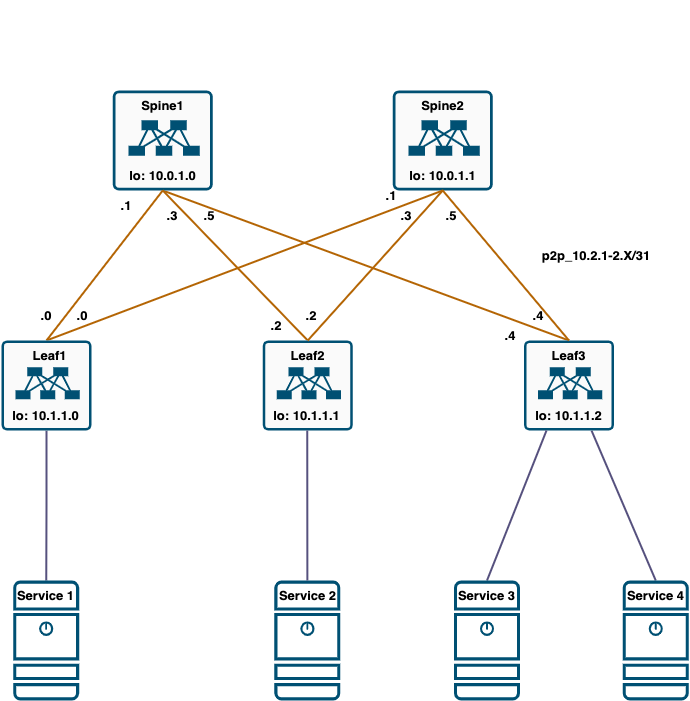
Above: lab1/topology_1.drawio.png in asadov1/OTUS_DC (draw.io), before the change. Source tidied: cells renumbered, new cells last; positions are measured from the earlier drawing's top-left corner, leaving out a move shared by most shapes.
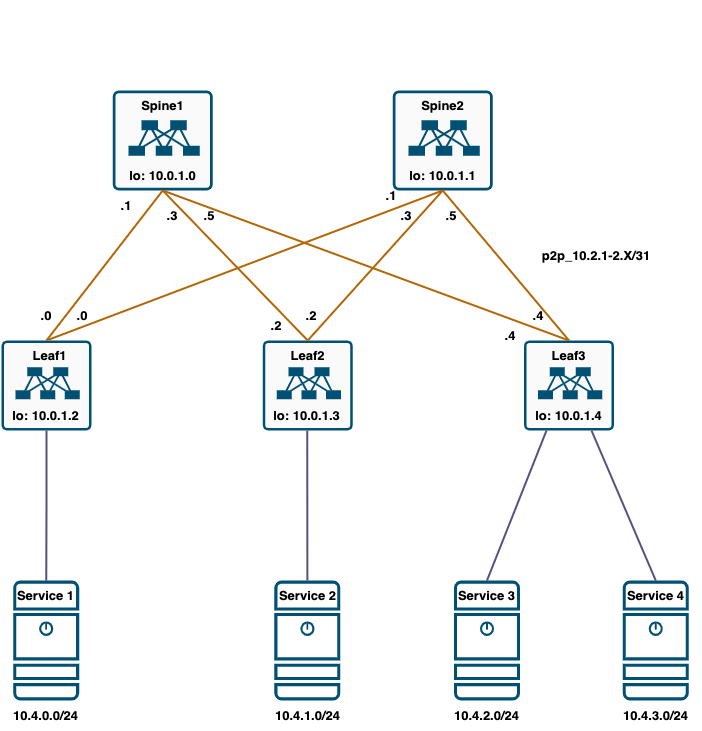
The same file after the commit.

Change to the diagram source:
```diff
@@ -153,14 +153,26 @@
     <mxCell id="50" value="&lt;b style=&quot;font-size: 13px;&quot;&gt;&lt;font style=&quot;font-size: 13px;&quot; color=&quot;#000000&quot;&gt;Service 4&lt;/font&gt;&lt;/b&gt;" style="text;html=1;strokeColor=none;fillColor=none;align=center;verticalAlign=middle;whiteSpace=wrap;rounded=0;fontColor=#FFFFFF;" parent="1" vertex="1">
       <mxGeometry x="623" y="580" width="65.2" height="30" as="geometry" />
     </mxCell>
-    <mxCell id="51" value="&lt;b style=&quot;font-size: 13px;&quot;&gt;&lt;font style=&quot;font-size: 13px;&quot; color=&quot;#000000&quot;&gt;lo: 10.1.1.0&lt;/font&gt;&lt;/b&gt;" style="text;html=1;strokeColor=none;fillColor=none;align=center;verticalAlign=middle;whiteSpace=wrap;rounded=0;fontColor=#FFFFFF;" parent="1" vertex="1">
+    <mxCell id="51" value="&lt;b style=&quot;border-color: var(--border-color); font-size: 13px;&quot;&gt;&lt;font style=&quot;border-color: var(--border-color);&quot; color=&quot;#000000&quot;&gt;lo: 10.0.1.2&lt;/font&gt;&lt;/b&gt;" style="text;html=1;strokeColor=none;fillColor=none;align=center;verticalAlign=middle;whiteSpace=wrap;rounded=0;fontColor=#FFFFFF;" parent="1" vertex="1">
       <mxGeometry x="-0.1" y="400" width="91.1" height="30" as="geometry" />
     </mxCell>
-    <mxCell id="52" value="&lt;b style=&quot;font-size: 13px;&quot;&gt;&lt;font style=&quot;font-size: 13px;&quot; color=&quot;#000000&quot;&gt;lo: 10.1.1.1&lt;/font&gt;&lt;/b&gt;" style="text;html=1;strokeColor=none;fillColor=none;align=center;verticalAlign=middle;whiteSpace=wrap;rounded=0;fontColor=#FFFFFF;" parent="1" vertex="1">
+    <mxCell id="52" value="&lt;b style=&quot;border-color: var(--border-color); font-size: 13px;&quot;&gt;&lt;font style=&quot;border-color: var(--border-color);&quot; color=&quot;#000000&quot;&gt;lo: 10.0.1.3&lt;/font&gt;&lt;/b&gt;" style="text;html=1;strokeColor=none;fillColor=none;align=center;verticalAlign=middle;whiteSpace=wrap;rounded=0;fontColor=#FFFFFF;" parent="1" vertex="1">
       <mxGeometry x="261.1" y="400" width="91.1" height="30" as="geometry" />
     </mxCell>
-    <mxCell id="53" value="&lt;b style=&quot;font-size: 13px;&quot;&gt;&lt;font style=&quot;font-size: 13px;&quot; color=&quot;#000000&quot;&gt;lo: 10.1.1.2&lt;/font&gt;&lt;/b&gt;" style="text;html=1;strokeColor=none;fillColor=none;align=center;verticalAlign=middle;whiteSpace=wrap;rounded=0;fontColor=#FFFFFF;" parent="1" vertex="1">
+    <mxCell id="53" value="&lt;b style=&quot;border-color: var(--border-color); font-size: 13px;&quot;&gt;&lt;font style=&quot;border-color: var(--border-color);&quot; color=&quot;#000000&quot;&gt;lo: 10.0.1.4&lt;/font&gt;&lt;/b&gt;" style="text;html=1;strokeColor=none;fillColor=none;align=center;verticalAlign=middle;whiteSpace=wrap;rounded=0;fontColor=#FFFFFF;" parent="1" vertex="1">
       <mxGeometry x="522.9" y="400" width="91.1" height="30" as="geometry" />
     </mxCell>
+    <mxCell id="54" value="&lt;font color=&quot;#000000&quot;&gt;&lt;span style=&quot;font-size: 13px;&quot;&gt;&lt;b&gt;10.4.0.0/24&lt;/b&gt;&lt;/span&gt;&lt;/font&gt;" style="text;html=1;strokeColor=none;fillColor=none;align=center;verticalAlign=middle;whiteSpace=wrap;rounded=0;fontColor=#FFFFFF;" parent="1" vertex="1">
+      <mxGeometry x="-0.1" y="700" width="91.1" height="30" as="geometry" />
+    </mxCell>
+    <mxCell id="55" value="&lt;font color=&quot;#000000&quot;&gt;&lt;span style=&quot;font-size: 13px;&quot;&gt;&lt;b&gt;10.4.1.0/24&lt;/b&gt;&lt;/span&gt;&lt;/font&gt;" style="text;html=1;strokeColor=none;fillColor=none;align=center;verticalAlign=middle;whiteSpace=wrap;rounded=0;fontColor=#FFFFFF;" parent="1" vertex="1">
+      <mxGeometry x="261.7" y="700" width="91.1" height="30" as="geometry" />
+    </mxCell>
+    <mxCell id="56" value="&lt;font color=&quot;#000000&quot;&gt;&lt;span style=&quot;font-size: 13px;&quot;&gt;&lt;b&gt;10.4.2.0/24&lt;/b&gt;&lt;/span&gt;&lt;/font&gt;" style="text;html=1;strokeColor=none;fillColor=none;align=center;verticalAlign=middle;whiteSpace=wrap;rounded=0;fontColor=#FFFFFF;" parent="1" vertex="1">
+      <mxGeometry x="440.9" y="700" width="91.1" height="30" as="geometry" />
+    </mxCell>
+    <mxCell id="57" value="&lt;font color=&quot;#000000&quot;&gt;&lt;span style=&quot;font-size: 13px;&quot;&gt;&lt;b&gt;10.4.3.0/24&lt;/b&gt;&lt;/span&gt;&lt;/font&gt;" style="text;html=1;strokeColor=none;fillColor=none;align=center;verticalAlign=middle;whiteSpace=wrap;rounded=0;fontColor=#FFFFFF;" parent="1" vertex="1">
+      <mxGeometry x="609.7" y="700" width="91.1" height="30" as="geometry" />
+    </mxCell>
   </root>
 </mxGraphModel>
```
